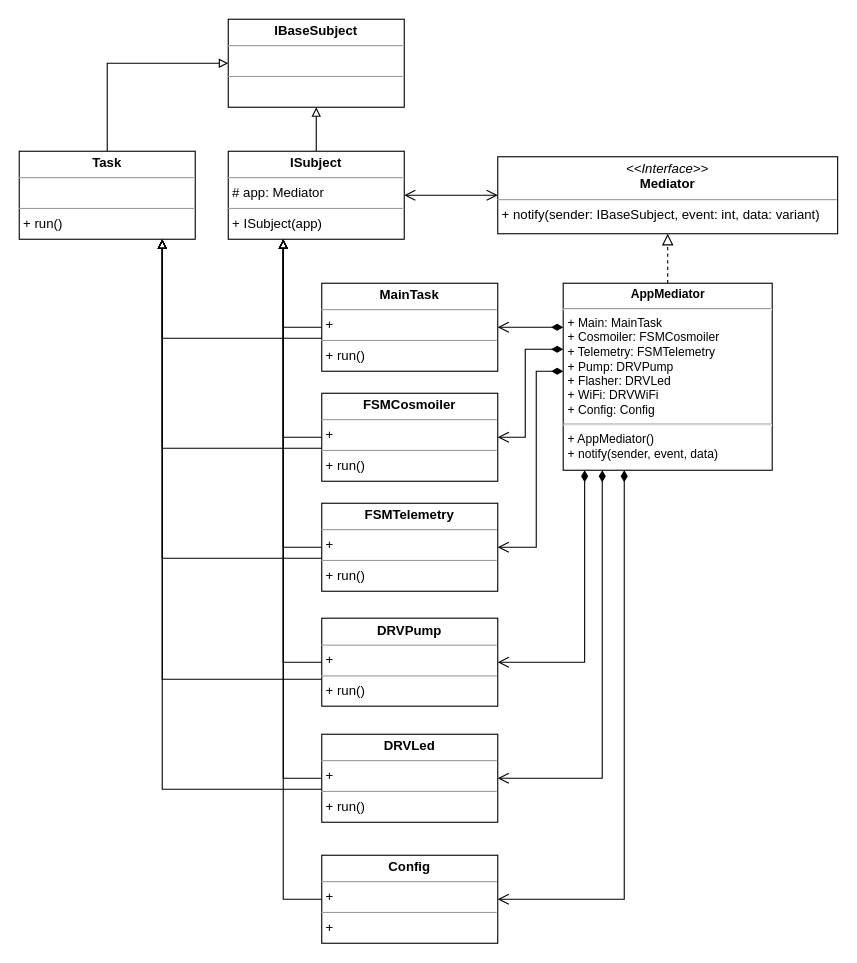
The draw.io diagram page "Mediator" (9 of 9) of Untitled Diagram.drawio in kosmonavtX/Cosmoiler-2.0, before the edit. Source tidied: cells renumbered, new cells numbered last; positions are measured from the earlier drawing's top-left corner, leaving out a move shared by most shapes. Both pictures are drawn from the tidied source at 110%, with x=0, y=0 at pixel (19, 19).
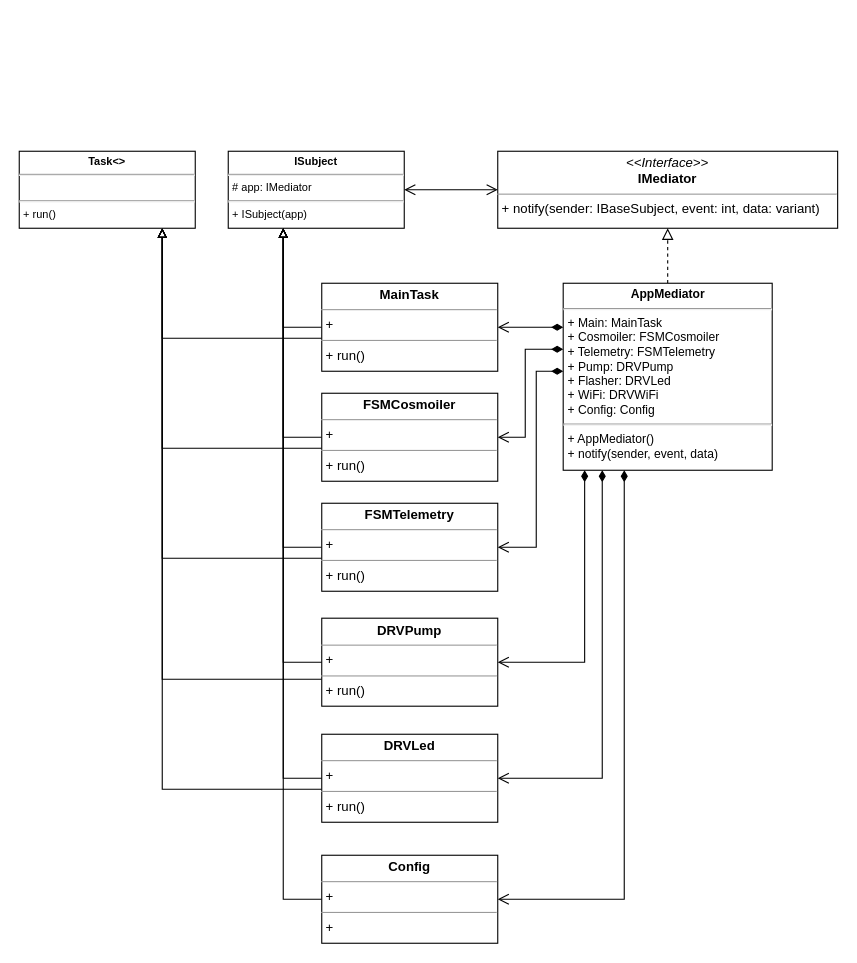
After the change.

Change to the diagram source:
```diff
@@
-    <mxCell id="2" value="&lt;p style=&quot;margin:0px;margin-top:4px;text-align:center;&quot;&gt;&lt;i&gt;&amp;lt;&amp;lt;Interface&amp;gt;&amp;gt;&lt;/i&gt;&lt;br&gt;&lt;b&gt;Mediator&lt;/b&gt;&lt;/p&gt;&lt;hr size=&quot;1&quot;&gt;&lt;p style=&quot;margin:0px;margin-left:4px;&quot;&gt;+ notify(sender: IBaseSubject, event: int, data: variant)&lt;br&gt;&lt;/p&gt;" style="verticalAlign=top;align=left;overflow=fill;fontSize=12;fontFamily=Helvetica;html=1;" parent="1" vertex="1">
-      <mxGeometry x="435" y="125" width="309" height="70" as="geometry" />
+    <mxCell id="2" value="&lt;p style=&quot;margin:0px;margin-top:4px;text-align:center;&quot;&gt;&lt;i&gt;&amp;lt;&amp;lt;Interface&amp;gt;&amp;gt;&lt;/i&gt;&lt;br&gt;&lt;b&gt;IMediator&lt;/b&gt;&lt;/p&gt;&lt;hr size=&quot;1&quot;&gt;&lt;p style=&quot;margin:0px;margin-left:4px;&quot;&gt;+ notify(sender: IBaseSubject, event: int, data: variant)&lt;br&gt;&lt;/p&gt;" style="verticalAlign=top;align=left;overflow=fill;fontSize=12;fontFamily=Helvetica;html=1;" parent="1" vertex="1">
+      <mxGeometry x="435" y="120" width="309" height="70" as="geometry" />
     </mxCell>
@@
-    <mxCell id="9" style="edgeStyle=orthogonalEdgeStyle;rounded=0;jettySize=auto;html=1;endArrow=block;endFill=0;" parent="1" edge="1" source="10" target="28">
-      <mxGeometry relative="1" as="geometry" />
-    </mxCell>
-    <mxCell id="10" value="&lt;p style=&quot;margin:0px;margin-top:4px;text-align:center;&quot;&gt;&lt;b&gt;ISubject&lt;/b&gt;&lt;/p&gt;&lt;hr size=&quot;1&quot;&gt;&lt;p style=&quot;margin:0px;margin-left:4px;&quot;&gt;# app: Mediator&lt;/p&gt;&lt;hr size=&quot;1&quot;&gt;&lt;p style=&quot;margin:0px;margin-left:4px;&quot;&gt;+ ISubject(app)&lt;/p&gt;" style="verticalAlign=top;align=left;overflow=fill;fontSize=12;fontFamily=Helvetica;html=1;" parent="1" vertex="1">
-      <mxGeometry x="190" y="120" width="160" height="80" as="geometry" />
+    <mxCell id="10" value="&lt;p style=&quot;margin: 4px 0px 0px; text-align: center; font-size: 10px;&quot;&gt;&lt;b style=&quot;font-size: 10px;&quot;&gt;ISubject&lt;/b&gt;&lt;/p&gt;&lt;hr style=&quot;font-size: 10px;&quot;&gt;&lt;p style=&quot;margin: 0px 0px 0px 4px; font-size: 10px;&quot;&gt;# app: IMediator&lt;/p&gt;&lt;hr style=&quot;font-size: 10px;&quot;&gt;&lt;p style=&quot;margin: 0px 0px 0px 4px; font-size: 10px;&quot;&gt;+ ISubject(app)&lt;/p&gt;" style="verticalAlign=top;align=left;overflow=fill;fontSize=10;fontFamily=Helvetica;html=1;" parent="1" vertex="1">
+      <mxGeometry x="190" y="120" width="160" height="70" as="geometry" />
     </mxCell>
@@
-    <mxCell id="28" value="&lt;p style=&quot;margin:0px;margin-top:4px;text-align:center;&quot;&gt;&lt;b&gt;IBaseSubject&lt;/b&gt;&lt;/p&gt;&lt;hr size=&quot;1&quot;&gt;&lt;p style=&quot;margin:0px;margin-left:4px;&quot;&gt;&lt;br&gt;&lt;/p&gt;&lt;hr size=&quot;1&quot;&gt;&lt;p style=&quot;margin:0px;margin-left:4px;&quot;&gt;&lt;br&gt;&lt;/p&gt;" style="verticalAlign=top;align=left;overflow=fill;fontSize=12;fontFamily=Helvetica;html=1;" parent="1" vertex="1">
-      <mxGeometry x="190" width="160" height="80" as="geometry" />
-    </mxCell>
-    <mxCell id="29" style="edgeStyle=orthogonalEdgeStyle;rounded=0;jettySize=auto;html=1;entryX=0;entryY=0.5;entryDx=0;entryDy=0;endArrow=block;endFill=0;" parent="1" edge="1" source="30" target="28">
-      <mxGeometry relative="1" as="geometry">
-        <Array as="points">
-          <mxPoint x="80" y="40" />
-        </Array>
-      </mxGeometry>
-    </mxCell>
-    <mxCell id="30" value="&lt;p style=&quot;margin:0px;margin-top:4px;text-align:center;&quot;&gt;&lt;b&gt;Task&lt;/b&gt;&lt;/p&gt;&lt;hr size=&quot;1&quot;&gt;&lt;p style=&quot;margin:0px;margin-left:4px;&quot;&gt;&lt;br&gt;&lt;/p&gt;&lt;hr size=&quot;1&quot;&gt;&lt;p style=&quot;margin:0px;margin-left:4px;&quot;&gt;+ run()&lt;/p&gt;" style="verticalAlign=top;align=left;overflow=fill;fontSize=12;fontFamily=Helvetica;html=1;" parent="1" vertex="1">
-      <mxGeometry y="120" width="160" height="80" as="geometry" />
+    <mxCell id="30" value="&lt;p style=&quot;margin: 4px 0px 0px; text-align: center; font-size: 10px;&quot;&gt;&lt;b style=&quot;font-size: 10px;&quot;&gt;Task&amp;lt;&amp;gt;&lt;/b&gt;&lt;/p&gt;&lt;hr style=&quot;font-size: 10px;&quot;&gt;&lt;p style=&quot;margin: 0px 0px 0px 4px; font-size: 10px;&quot;&gt;&lt;br style=&quot;font-size: 10px;&quot;&gt;&lt;/p&gt;&lt;hr style=&quot;font-size: 10px;&quot;&gt;&lt;p style=&quot;margin: 0px 0px 0px 4px; font-size: 10px;&quot;&gt;+ run()&lt;/p&gt;" style="verticalAlign=top;align=left;overflow=fill;fontSize=10;fontFamily=Helvetica;html=1;" parent="1" vertex="1">
+      <mxGeometry y="120" width="160" height="70" as="geometry" />
     </mxCell>
```
